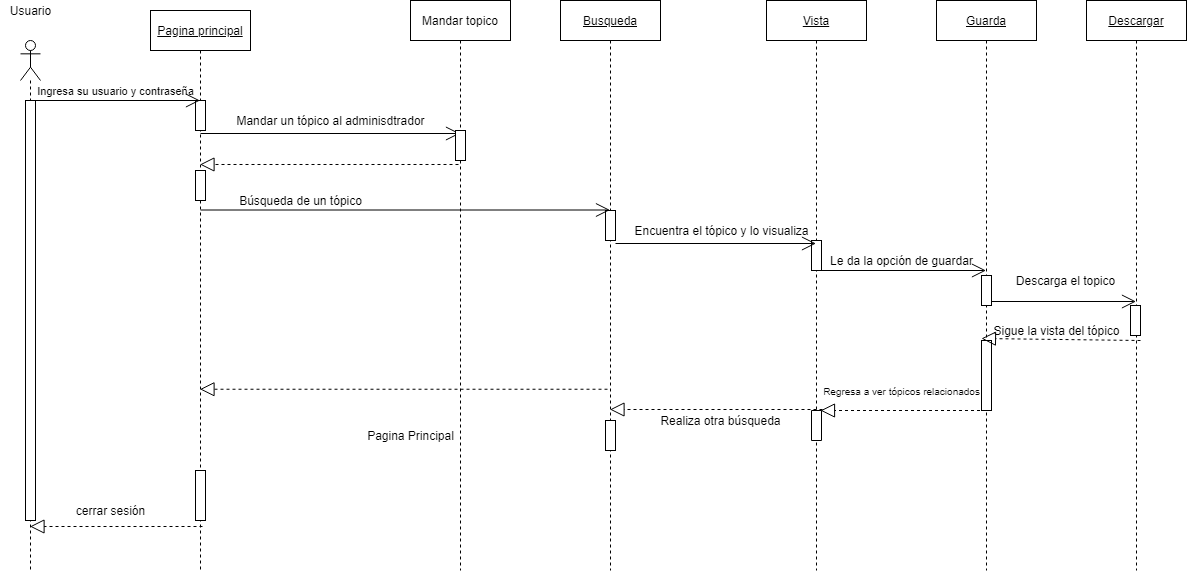
This is Diagramas/Diagramadesecuencausuario.drawio.png from vanessamRodriguez/Analisis-Avanzado-de-Software, a draw.io export, as it was before one commit. Source tidied: cells renumbered, new cells last; positions are measured from the earlier drawing's top-left corner, leaving out a move shared by most shapes.
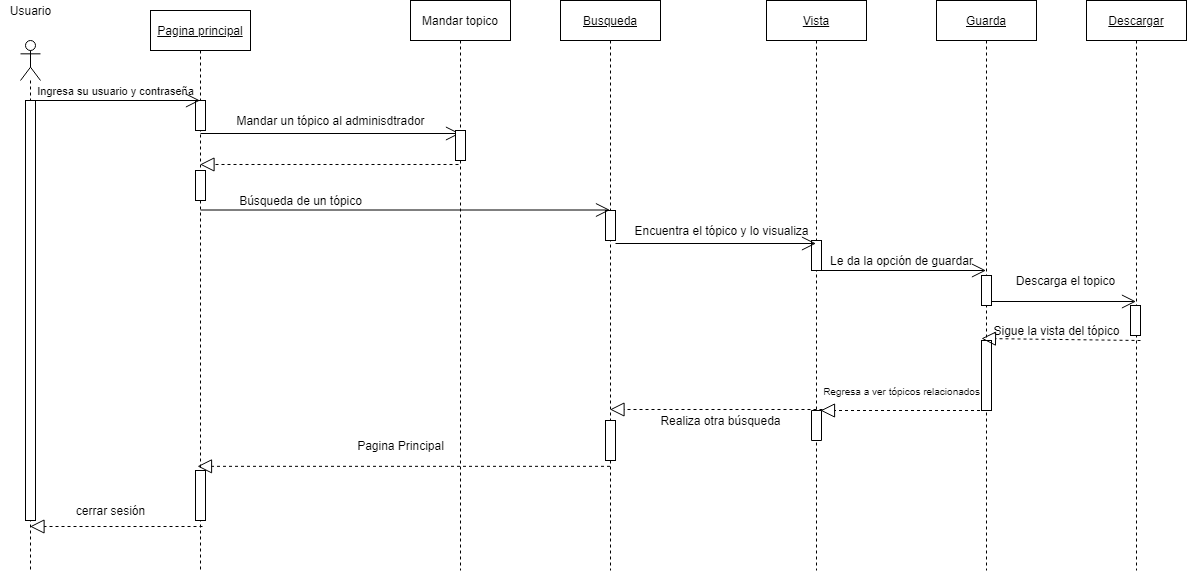
Later version of the same file.

Diff of the diagram source:
```diff
@@ -43,7 +43,7 @@
       <mxGeometry x="45" y="210" width="10" height="30" as="geometry" />
     </mxCell>
     <mxCell id="14" style="html=1;perimeter=orthogonalPerimeter;" parent="12" vertex="1">
-      <mxGeometry x="45" y="420" width="10" height="30" as="geometry" />
+      <mxGeometry x="45" y="420" width="10" height="40" as="geometry" />
     </mxCell>
     <mxCell id="15" value="&lt;u&gt;Vista&lt;/u&gt;" style="shape=umlLifeline;perimeter=lifelinePerimeter;whiteSpace=wrap;html=1;outlineConnect=0;" parent="1" vertex="1">
       <mxGeometry x="766" width="100" height="570" as="geometry" />
@@ -79,7 +79,7 @@
       <mxGeometry x="650" y="410" width="140" height="20" as="geometry" />
     </mxCell>
     <mxCell id="26" value="Pagina Principal" style="text;html=1;align=center;verticalAlign=middle;strokeColor=none;" parent="1" vertex="1">
-      <mxGeometry x="360" y="425" width="100" height="20" as="geometry" />
+      <mxGeometry x="350" y="435" width="100" height="20" as="geometry" />
     </mxCell>
     <mxCell id="27" value="cerrar sesión" style="text;html=1;align=center;verticalAlign=middle;strokeColor=none;" parent="1" vertex="1">
       <mxGeometry x="70" y="500" width="80" height="20" as="geometry" />
@@ -127,7 +127,7 @@
     <mxCell id="40" style="endArrow=block;dashed=1;endFill=0;endSize=12;html=1;exitX=0.7;exitY=1.12;exitDx=0;exitDy=0;exitPerimeter=0;" parent="1" edge="1" source="6" target="7">
       <mxGeometry relative="1" as="geometry" />
     </mxCell>
-    <mxCell id="41" style="endArrow=block;dashed=1;endFill=0;endSize=12;html=1;exitX=0.47;exitY=0.682;exitDx=0;exitDy=0;exitPerimeter=0;" parent="1" edge="1" source="12" target="2">
+    <mxCell id="41" style="endArrow=block;dashed=1;endFill=0;endSize=12;html=1;entryX=0.47;entryY=0.814;entryDx=0;entryDy=0;entryPerimeter=0;" parent="1" edge="1" source="12" target="2">
       <mxGeometry relative="1" as="geometry" />
     </mxCell>
     <mxCell id="42" style="endArrow=block;dashed=1;endFill=0;endSize=12;html=1;exitX=-0.1;exitY=1.033;exitDx=0;exitDy=0;exitPerimeter=0;" parent="1" edge="1" source="17" target="12">
```
